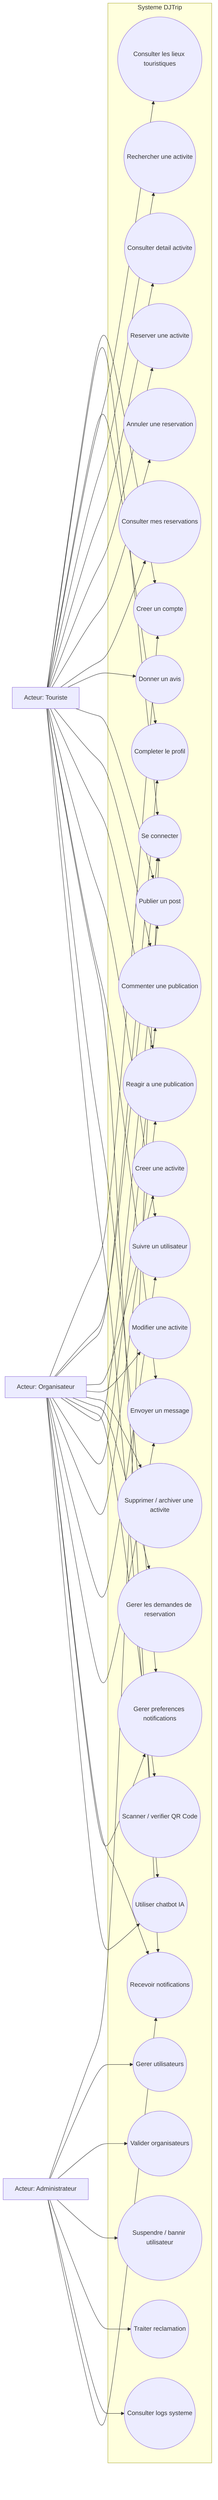
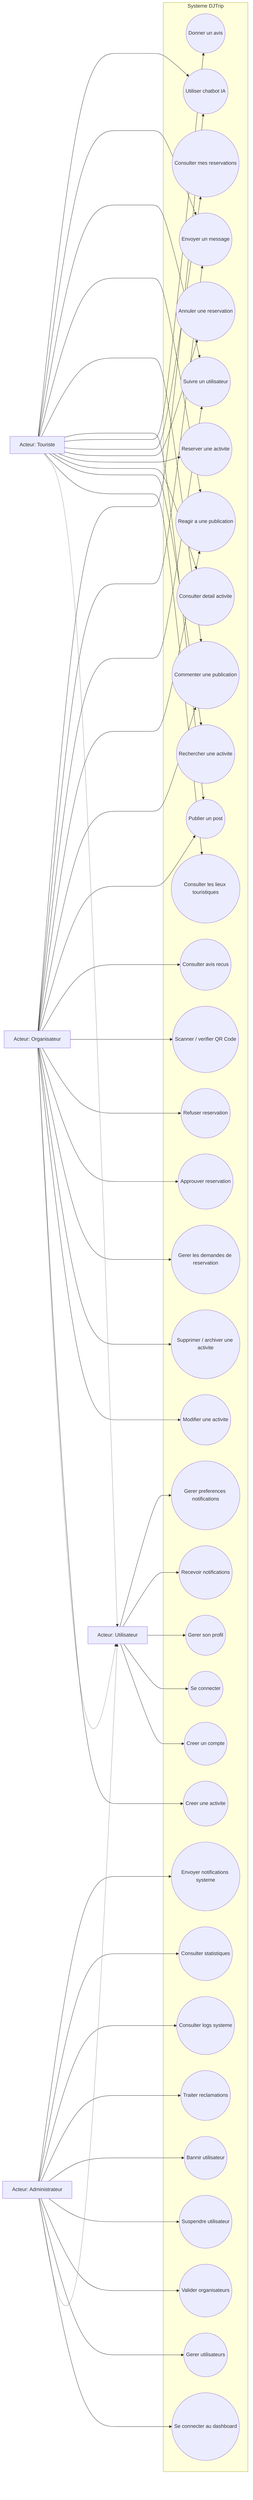
flowchart LR
+     Utilisateur["Acteur: Utilisateur"]
    Touriste["Acteur: Touriste"]
    Organisateur["Acteur: Organisateur"]
    Admin["Acteur: Administrateur"]

    subgraph DJTrip["Systeme DJTrip"]
        UC1(("Creer un compte"))
        UC2(("Se connecter"))
-         UC3(("Completer le profil"))
-         UC5(("Consulter les lieux touristiques"))
-         UC6(("Rechercher une activite"))
-         UC7(("Consulter detail activite"))
-         UC8(("Reserver une activite"))
-         UC9(("Annuler une reservation"))
-         UC10(("Consulter mes reservations"))
-         UC11(("Scanner / verifier QR Code"))
+         UC3(("Gerer son profil"))
+         UC4(("Recevoir notifications"))
+         UC5(("Gerer preferences notifications"))
+ 
+         UC6(("Consulter les lieux touristiques"))
+         UC7(("Rechercher une activite"))
+         UC8(("Consulter detail activite"))
+         UC9(("Reserver une activite"))
+         UC10(("Annuler une reservation"))
+         UC11(("Consulter mes reservations"))
        UC12(("Donner un avis"))
+ 
        UC13(("Creer une activite"))
        UC14(("Modifier une activite"))
        UC15(("Supprimer / archiver une activite"))
        UC16(("Gerer les demandes de reservation"))
-         UC17(("Publier un post"))
-         UC18(("Commenter une publication"))
-         UC19(("Reagir a une publication"))
-         UC20(("Suivre un utilisateur"))
-         UC21(("Envoyer un message"))
-         UC22(("Recevoir notifications"))
-         UC23(("Gerer preferences notifications"))
-         UC24(("Gerer utilisateurs"))
-         UC25(("Valider organisateurs"))
-         UC26(("Suspendre / bannir utilisateur"))
-         UC27(("Traiter reclamation"))
-         UC28(("Consulter logs systeme"))
-         UC29(("Utiliser chatbot IA"))
+         UC17(("Approuver reservation"))
+         UC18(("Refuser reservation"))
+         UC19(("Scanner / verifier QR Code"))
+         UC20(("Consulter avis recus"))
+ 
+         UC21(("Publier un post"))
+         UC22(("Commenter une publication"))
+         UC23(("Reagir a une publication"))
+         UC24(("Suivre un utilisateur"))
+         UC25(("Envoyer un message"))
+         UC26(("Utiliser chatbot IA"))
+ 
+         UC27(("Se connecter au dashboard"))
+         UC28(("Gerer utilisateurs"))
+         UC29(("Valider organisateurs"))
+         UC30(("Suspendre utilisateur"))
+         UC31(("Bannir utilisateur"))
+         UC32(("Traiter reclamations"))
+         UC33(("Consulter logs systeme"))
+         UC34(("Consulter statistiques"))
+         UC35(("Envoyer notifications systeme"))
    end

-     Touriste --> UC1
-     Touriste --> UC2
-     Touriste --> UC3
-     Touriste --> UC5
+     Touriste -.-> Utilisateur
+     Organisateur -.-> Utilisateur
+     Admin -.-> Utilisateur
+ 
+     Utilisateur --> UC1
+     Utilisateur --> UC2
+     Utilisateur --> UC3
+     Utilisateur --> UC4
+     Utilisateur --> UC5
+ 
    Touriste --> UC6
    Touriste --> UC7
    Touriste --> UC8
    Touriste --> UC9
    Touriste --> UC10
+     Touriste --> UC11
    Touriste --> UC12
-     Touriste --> UC17
-     Touriste --> UC18
-     Touriste --> UC19
-     Touriste --> UC20
    Touriste --> UC21
    Touriste --> UC22
    Touriste --> UC23
-     Touriste --> UC29
+     Touriste --> UC24
+     Touriste --> UC25
+     Touriste --> UC26

-     Organisateur --> UC1
-     Organisateur --> UC2
-     Organisateur --> UC3
    Organisateur --> UC13
    Organisateur --> UC14
    Organisateur --> UC15
    Organisateur --> UC16
-     Organisateur --> UC11
    Organisateur --> UC17
    Organisateur --> UC18
    Organisateur --> UC19
    Organisateur --> UC20
    Organisateur --> UC21
    Organisateur --> UC22
    Organisateur --> UC23
-     Organisateur --> UC29
+     Organisateur --> UC24
+     Organisateur --> UC25
+     Organisateur --> UC26

-     Admin --> UC2
-     Admin --> UC24
-     Admin --> UC25
-     Admin --> UC26
    Admin --> UC27
    Admin --> UC28
-     Admin --> UC22
+     Admin --> UC29
+     Admin --> UC30
+     Admin --> UC31
+     Admin --> UC32
+     Admin --> UC33
+     Admin --> UC34
+     Admin --> UC35
